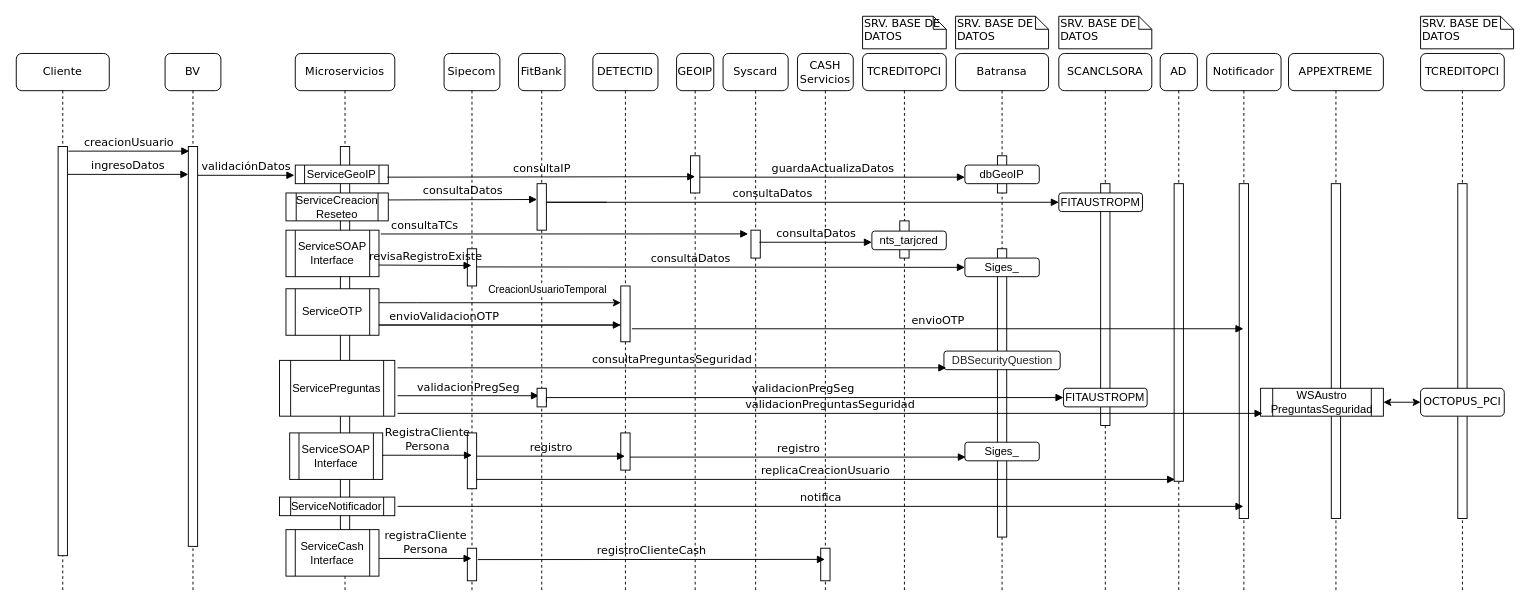
davidguillermofg/Diagrams keeps this draw.io diagram as page "DiagramaSeqCreacion - FIT NTS" (3 of 12) of CreateUsrBVDiagram.drawio. Above is the earlier version. Source tidied: cells renumbered, new cells numbered last; positions are measured from the earlier drawing's top-left corner, leaving out a move shared by most shapes. Both pictures are drawn from the tidied source at 93%, with x=0, y=0 at pixel (16, 16).
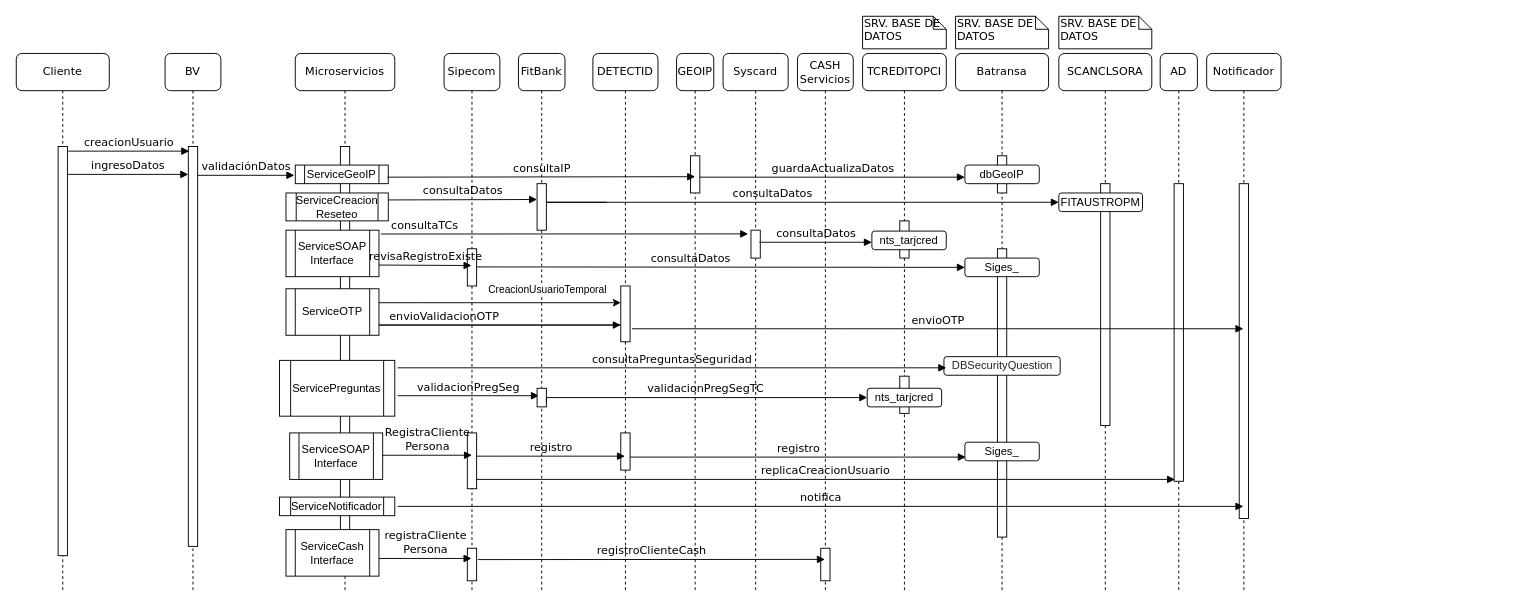
After the change.

Unchanged cells that the change refers to:
```xml
<mxCell id="27" value="Batransa" style="shape=umlLifeline;perimeter=lifelinePerimeter;whiteSpace=wrap;html=1;rounded=1;shadow=0;comic=0;labelBackgroundColor=none;strokeWidth=1;fontFamily=Verdana;fontSize=12;align=center;" parent="1" vertex="1">
  <mxGeometry x="1010" y="40" width="100" height="580" as="geometry" />
</mxCell>
<mxCell id="51" value="TCREDITOPCI" style="shape=umlLifeline;perimeter=lifelinePerimeter;whiteSpace=wrap;html=1;rounded=1;shadow=0;comic=0;labelBackgroundColor=none;strokeWidth=1;fontFamily=Verdana;fontSize=12;align=center;" parent="1" vertex="1">
  <mxGeometry x="910" y="40" width="90" height="580" as="geometry" />
</mxCell>
```

Change to the diagram source:
```diff
@@
     <mxCell id="32" value="&lt;span style=&quot;color: rgb(36 , 36 , 36) ; background-color: rgb(255 , 255 , 255)&quot;&gt;&lt;font style=&quot;font-size: 12px&quot;&gt;DBSecurityQuestion&lt;/font&gt;&lt;/span&gt;" style="rounded=1;whiteSpace=wrap;html=1;" parent="27" vertex="1">
-      <mxGeometry x="-12.5" y="320" width="125" height="20" as="geometry" />
+      <mxGeometry x="-12.5" y="326" width="125" height="20" as="geometry" />
     </mxCell>
@@
+    <mxCell id="87" style="html=1;perimeter=orthogonalPerimeter;rounded=0;shadow=0;comic=0;labelBackgroundColor=none;strokeWidth=1;fontFamily=Verdana;fontSize=12;align=center;" parent="51" vertex="1">
+      <mxGeometry x="40" y="347" width="10" height="40" as="geometry" />
+    </mxCell>
+    <mxCell id="88" value="nts_tarjcred" style="rounded=1;whiteSpace=wrap;html=1;" parent="51" vertex="1">
+      <mxGeometry x="5" y="360" width="80" height="20" as="geometry" />
+    </mxCell>
@@
-    <mxCell id="59" value="APPEXTREME" style="shape=umlLifeline;perimeter=lifelinePerimeter;whiteSpace=wrap;html=1;rounded=1;shadow=0;comic=0;labelBackgroundColor=none;strokeWidth=1;fontFamily=Verdana;fontSize=12;align=center;" parent="1" vertex="1">
-      <mxGeometry x="1368" y="40" width="102" height="580" as="geometry" />
-    </mxCell>
-    <mxCell id="60" style="html=1;perimeter=orthogonalPerimeter;rounded=0;shadow=0;comic=0;labelBackgroundColor=none;strokeColor=#000000;strokeWidth=1;fillColor=#FFFFFF;fontFamily=Verdana;fontSize=12;fontColor=#000000;align=center;" parent="59" vertex="1">
-      <mxGeometry x="46" y="140" width="10" height="360" as="geometry" />
-    </mxCell>
-    <mxCell id="61" value="WSAustro&lt;br&gt;PreguntasSeguridad" style="shape=process;whiteSpace=wrap;html=1;backgroundOutline=1;" parent="59" vertex="1">
-      <mxGeometry x="-30" y="360" width="132" height="30" as="geometry" />
-    </mxCell>
-    <mxCell id="62" value="validacionPreguntasSeguridad" style="html=1;verticalAlign=bottom;endArrow=block;labelBackgroundColor=none;fontFamily=Verdana;fontSize=12;edgeStyle=elbowEdgeStyle;elbow=vertical;rounded=0;" parent="1" edge="1">
-      <mxGeometry relative="1" as="geometry">
-        <mxPoint x="410" y="427" as="sourcePoint" />
-        <mxPoint x="1340" y="427" as="targetPoint" />
-      </mxGeometry>
-    </mxCell>
-    <mxCell id="63" value="TCREDITOPCI" style="shape=umlLifeline;perimeter=lifelinePerimeter;whiteSpace=wrap;html=1;rounded=1;shadow=0;comic=0;labelBackgroundColor=none;strokeWidth=1;fontFamily=Verdana;fontSize=12;align=center;" parent="1" vertex="1">
-      <mxGeometry x="1510" y="40" width="90" height="580" as="geometry" />
-    </mxCell>
-    <mxCell id="64" style="html=1;perimeter=orthogonalPerimeter;rounded=0;shadow=0;comic=0;labelBackgroundColor=none;strokeColor=#000000;strokeWidth=1;fillColor=#FFFFFF;fontFamily=Verdana;fontSize=12;fontColor=#000000;align=center;" parent="63" vertex="1">
-      <mxGeometry x="40" y="140" width="10" height="360" as="geometry" />
-    </mxCell>
-    <mxCell id="65" value="&lt;span style=&quot;font-family: &amp;#34;verdana&amp;#34;&quot;&gt;OCTOPUS_PCI&lt;/span&gt;" style="rounded=1;whiteSpace=wrap;html=1;" parent="63" vertex="1">
-      <mxGeometry y="360" width="90" height="30" as="geometry" />
-    </mxCell>
-    <mxCell id="66" value="SRV.&amp;nbsp;BASE DE DATOS" style="shape=note;whiteSpace=wrap;html=1;size=14;verticalAlign=top;align=left;spacingTop=-6;rounded=0;shadow=0;comic=0;labelBackgroundColor=none;strokeWidth=1;fontFamily=Verdana;fontSize=12;" parent="1" vertex="1">
-      <mxGeometry x="1510" width="100" height="35" as="geometry" />
-    </mxCell>
-    <mxCell id="67" style="edgeStyle=orthogonalEdgeStyle;rounded=0;jettySize=auto;html=1;exitX=1;exitY=0.5;exitDx=0;exitDy=0;entryX=0;entryY=0.5;entryDx=0;entryDy=0;fontSize=12;startArrow=classic;startFill=1;" parent="1" edge="1" source="61" target="65">
-      <mxGeometry relative="1" as="geometry" />
-    </mxCell>
@@
-    <mxCell id="85" value="validacionPregSeg" style="html=1;verticalAlign=bottom;endArrow=block;labelBackgroundColor=none;fontFamily=Verdana;fontSize=12;edgeStyle=elbowEdgeStyle;elbow=vertical;rounded=0;exitX=1;exitY=0.25;exitDx=0;exitDy=0;entryX=0;entryY=0.5;entryDx=0;entryDy=0;" parent="1" edge="1">
+    <mxCell id="85" value="validacionPregSegTC" style="html=1;verticalAlign=bottom;endArrow=block;labelBackgroundColor=none;fontFamily=Verdana;fontSize=12;edgeStyle=elbowEdgeStyle;elbow=vertical;rounded=0;exitX=1;exitY=0.25;exitDx=0;exitDy=0;" parent="1" edge="1">
       <mxGeometry relative="1" as="geometry">
         <mxPoint x="570" y="414.5" as="sourcePoint" />
-        <mxPoint x="1126" y="410" as="targetPoint" />
+        <mxPoint x="915" y="410" as="targetPoint" />
         <Array as="points">
           <mxPoint x="1090" y="410" />
         </Array>
       </mxGeometry>
     </mxCell>
-    <mxCell id="86" value="FITAUSTROPM" style="rounded=1;whiteSpace=wrap;html=1;" parent="1" vertex="1">
-      <mxGeometry x="1126" y="400" width="90" height="20" as="geometry" />
-    </mxCell>
```
